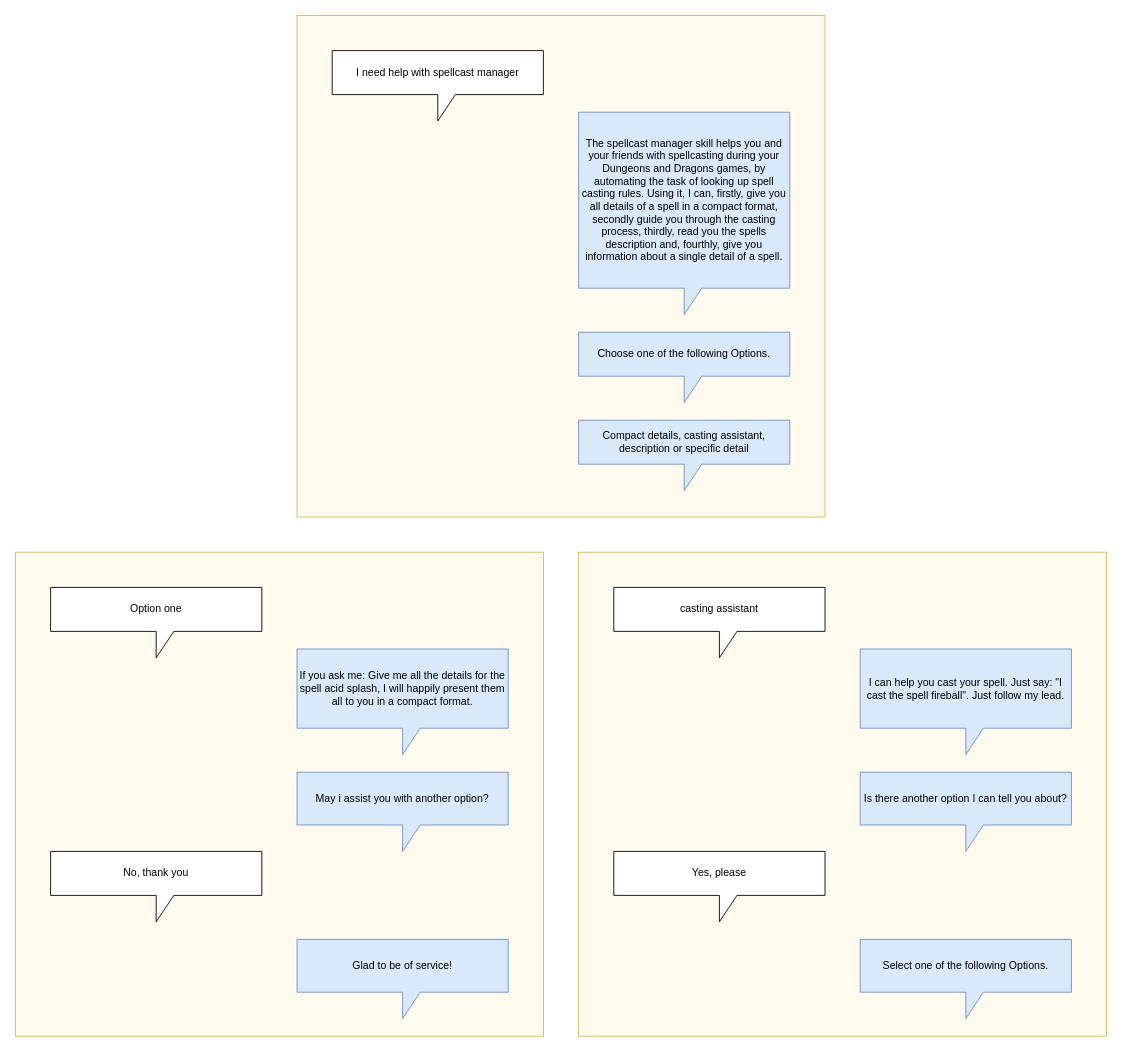
Linyeir/spellcastmanager-skill keeps this draw.io diagram as doc/flowDiagram/flowDiagram_getHelpIntent.drawio. Above is the earlier version. Source tidied: cells renumbered, new cells numbered last; positions are measured from the earlier drawing's top-left corner, leaving out a move shared by most shapes. Both pictures are drawn from the tidied source at 88%, with x=0, y=0 at pixel (15, 15).
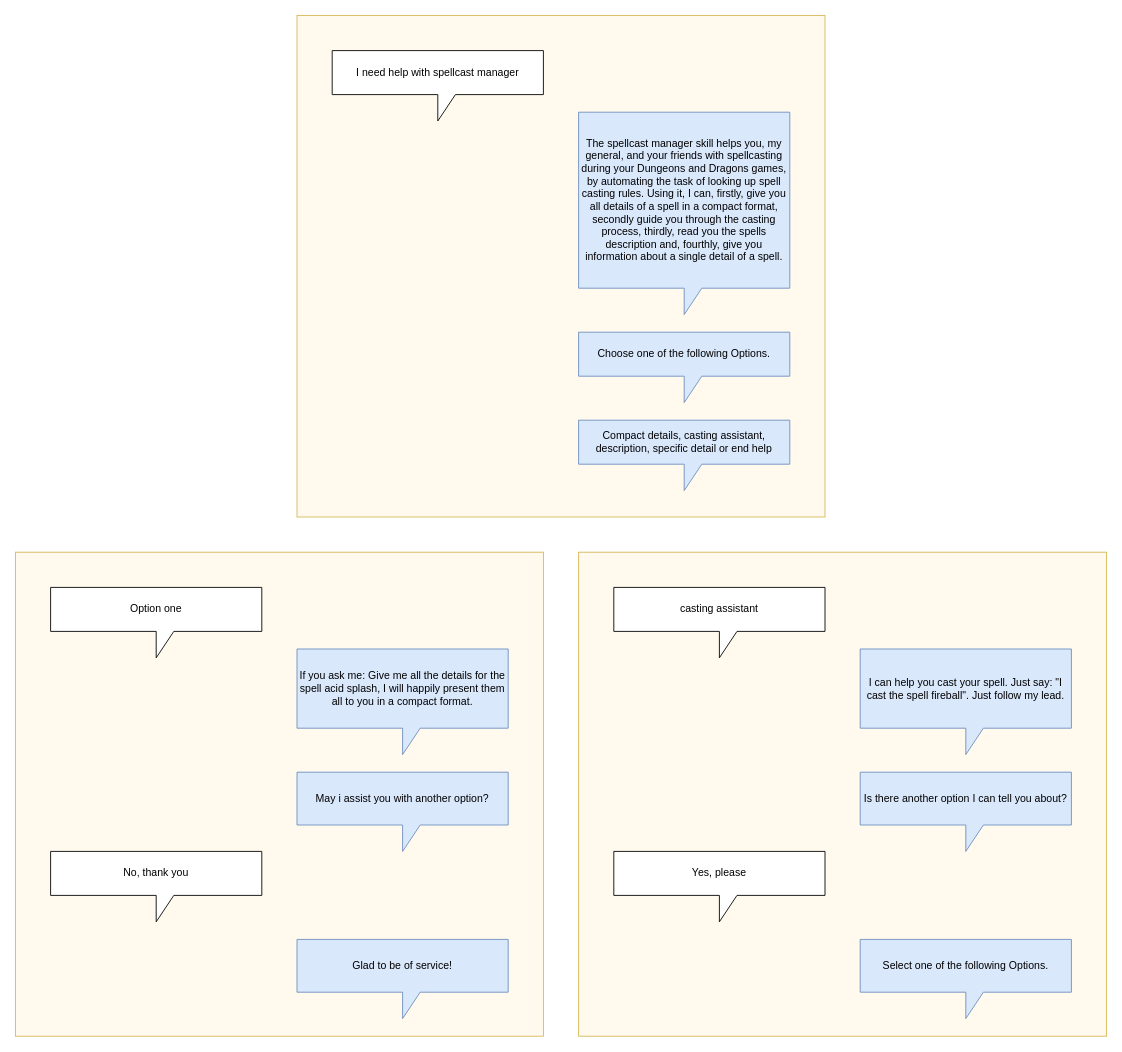
The same page after the edit.

The edit, as a diff of the source:
```diff
@@
 <mxGraphModel>
   <root>
     <mxCell id="0" />
     <mxCell id="1" parent="0" />
     <mxCell id="2" style="rounded=0;whiteSpace=wrap;html=1;strokeColor=#d6b656;fillColor=#FFFAED;" parent="1" vertex="1">
       <mxGeometry x="320" width="600" height="570" as="geometry" />
     </mxCell>
     <mxCell id="3" value="I need help with spellcast manager" style="shape=callout;whiteSpace=wrap;html=1;perimeter=calloutPerimeter;" parent="1" vertex="1">
       <mxGeometry x="360" y="40" width="240" height="80" as="geometry" />
     </mxCell>
-    <mxCell id="4" value="&lt;span&gt;The spellcast manager skill helps you and your friends with spellcasting during your Dungeons and Dragons games, by automating the task of looking up spell casting rules. Using it, I can, firstly, give you all details of a spell in a compact format, secondly guide you through the casting process, thirdly, read you the spells description and, fourthly, give you information about a single detail of a spell.&lt;br&gt;&lt;/span&gt;" style="shape=callout;whiteSpace=wrap;html=1;perimeter=calloutPerimeter;fillColor=#dae8fc;strokeColor=#6c8ebf;size=30;position=0.5;" parent="1" vertex="1">
+    <mxCell id="4" value="&lt;span&gt;The spellcast manager skill helps you, my general, and your friends with spellcasting during your Dungeons and Dragons games, by automating the task of looking up spell casting rules. Using it, I can, firstly, give you all details of a spell in a compact format, secondly guide you through the casting process, thirdly, read you the spells description and, fourthly, give you information about a single detail of a spell.&lt;br&gt;&lt;/span&gt;" style="shape=callout;whiteSpace=wrap;html=1;perimeter=calloutPerimeter;fillColor=#dae8fc;strokeColor=#6c8ebf;size=30;position=0.5;" parent="1" vertex="1">
       <mxGeometry x="640" y="110" width="240" height="230" as="geometry" />
     </mxCell>
     <mxCell id="5" value="&lt;span&gt;&lt;div&gt;Choose one of the following Options.&lt;/div&gt;&lt;/span&gt;" style="shape=callout;whiteSpace=wrap;html=1;perimeter=calloutPerimeter;fillColor=#dae8fc;strokeColor=#6c8ebf;size=30;position=0.5;" parent="1" vertex="1">
       <mxGeometry x="640" y="360" width="240" height="80" as="geometry" />
     </mxCell>
-    <mxCell id="6" value="&lt;span&gt;&lt;div&gt;Compact details, casting assistant, description or specific detail&lt;/div&gt;&lt;/span&gt;" style="shape=callout;whiteSpace=wrap;html=1;perimeter=calloutPerimeter;fillColor=#dae8fc;strokeColor=#6c8ebf;size=30;position=0.5;" parent="1" vertex="1">
+    <mxCell id="6" value="&lt;span&gt;&lt;div&gt;Compact details, casting assistant, description, specific detail or end help&lt;/div&gt;&lt;/span&gt;" style="shape=callout;whiteSpace=wrap;html=1;perimeter=calloutPerimeter;fillColor=#dae8fc;strokeColor=#6c8ebf;size=30;position=0.5;" parent="1" vertex="1">
       <mxGeometry x="640" y="460" width="240" height="80" as="geometry" />
     </mxCell>
     <mxCell id="7" style="rounded=0;whiteSpace=wrap;html=1;strokeColor=#d6b656;fillColor=#FFFAED;" parent="1" vertex="1">
       <mxGeometry y="610" width="600" height="550" as="geometry" />
     </mxCell>
     <mxCell id="8" value="Option one" style="shape=callout;whiteSpace=wrap;html=1;perimeter=calloutPerimeter;" parent="1" vertex="1">
       <mxGeometry x="40" y="650" width="240" height="80" as="geometry" />
     </mxCell>
     <mxCell id="9" value="&lt;span&gt;If you ask me: Give me all the details for the spell acid splash, I will happily present them all to you in a compact format.&lt;br&gt;&lt;/span&gt;" style="shape=callout;whiteSpace=wrap;html=1;perimeter=calloutPerimeter;fillColor=#dae8fc;strokeColor=#6c8ebf;size=30;position=0.5;" parent="1" vertex="1">
       <mxGeometry x="320" y="720" width="240" height="120" as="geometry" />
     </mxCell>
     <mxCell id="10" style="rounded=0;whiteSpace=wrap;html=1;strokeColor=#d6b656;fillColor=#FFFAED;" parent="1" vertex="1">
       <mxGeometry x="640" y="610" width="600" height="550" as="geometry" />
     </mxCell>
     <mxCell id="11" value="casting assistant" style="shape=callout;whiteSpace=wrap;html=1;perimeter=calloutPerimeter;" parent="1" vertex="1">
       <mxGeometry x="680" y="650" width="240" height="80" as="geometry" />
     </mxCell>
     <mxCell id="12" value="&lt;span&gt;I can help you cast your spell. Just say: &quot;I cast the spell fireball&quot;. Just follow my lead.&lt;br&gt;&lt;/span&gt;" style="shape=callout;whiteSpace=wrap;html=1;perimeter=calloutPerimeter;fillColor=#dae8fc;strokeColor=#6c8ebf;size=30;position=0.5;" parent="1" vertex="1">
       <mxGeometry x="960" y="720" width="240" height="120" as="geometry" />
     </mxCell>
     <mxCell id="13" value="&lt;span&gt;May i assist you with another option?&lt;br&gt;&lt;/span&gt;" style="shape=callout;whiteSpace=wrap;html=1;perimeter=calloutPerimeter;fillColor=#dae8fc;strokeColor=#6c8ebf;size=30;position=0.5;" parent="1" vertex="1">
       <mxGeometry x="320" y="860" width="240" height="90" as="geometry" />
     </mxCell>
     <mxCell id="14" value="No, thank you" style="shape=callout;whiteSpace=wrap;html=1;perimeter=calloutPerimeter;" parent="1" vertex="1">
       <mxGeometry x="40" y="950" width="240" height="80" as="geometry" />
     </mxCell>
     <mxCell id="15" value="&lt;span&gt;Glad to be of service!&lt;br&gt;&lt;/span&gt;" style="shape=callout;whiteSpace=wrap;html=1;perimeter=calloutPerimeter;fillColor=#dae8fc;strokeColor=#6c8ebf;size=30;position=0.5;" parent="1" vertex="1">
       <mxGeometry x="320" y="1050" width="240" height="90" as="geometry" />
     </mxCell>
     <mxCell id="16" value="&lt;span&gt;&lt;div&gt;Is there another option I can tell you about?&lt;/div&gt;&lt;/span&gt;" style="shape=callout;whiteSpace=wrap;html=1;perimeter=calloutPerimeter;fillColor=#dae8fc;strokeColor=#6c8ebf;size=30;position=0.5;" parent="1" vertex="1">
       <mxGeometry x="960" y="860" width="240" height="90" as="geometry" />
     </mxCell>
     <mxCell id="17" value="Yes, please" style="shape=callout;whiteSpace=wrap;html=1;perimeter=calloutPerimeter;" parent="1" vertex="1">
       <mxGeometry x="680" y="950" width="240" height="80" as="geometry" />
     </mxCell>
     <mxCell id="18" value="&lt;span&gt;Select one of the following Options.&lt;br&gt;&lt;/span&gt;" style="shape=callout;whiteSpace=wrap;html=1;perimeter=calloutPerimeter;fillColor=#dae8fc;strokeColor=#6c8ebf;size=30;position=0.5;" parent="1" vertex="1">
       <mxGeometry x="960" y="1050" width="240" height="90" as="geometry" />
     </mxCell>
   </root>
 </mxGraphModel>
```
